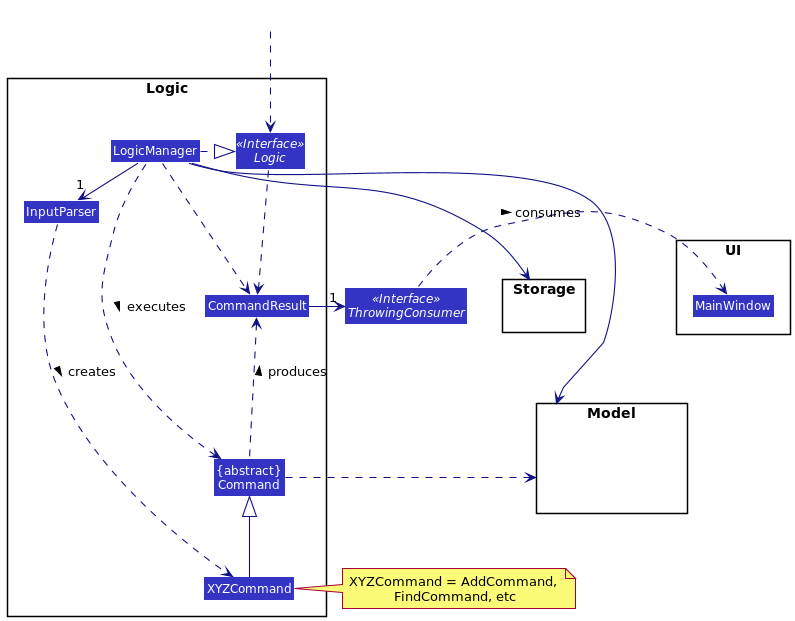
Earlier version of the PlantUML export docs/images/LogicClassDiagram.png (vigneshsankariyer1234567890/tp). The source it was exported from:
```plantuml
@startuml
!include style.puml
skinparam arrowThickness 1.1
skinparam arrowColor LOGIC_COLOR_T4
skinparam classBackgroundColor LOGIC_COLOR

package Logic {

Class InputParser
Class XYZCommand
Class CommandResult
Class "{abstract}\nCommand" as Command

Interface Logic <<Interface>>
Class LogicManager
}

Interface ThrowingConsumer<<Interface>>

package UI {
Class MainWindow
}

package Model{
Class HiddenModel #FFFFFF
}

package Storage{
}

Class HiddenOutside #FFFFFF
HiddenOutside ..> Logic

LogicManager .right.|> Logic
LogicManager -right->"1" InputParser
InputParser ..> XYZCommand : creates >

XYZCommand -up-|> Command
LogicManager .left.> Command : executes >

LogicManager --> Model
LogicManager --> Storage
Storage --[hidden] Model
Command .[hidden]up.> Storage
Command .right.> Model
note right of XYZCommand: XYZCommand = AddCommand, \nFindCommand, etc

Logic ..> CommandResult
LogicManager .down.> CommandResult
CommandResult -right->"1" ThrowingConsumer
ThrowingConsumer .right.> MainWindow : consumes >
Command .up.> CommandResult : produces >
@enduml
```
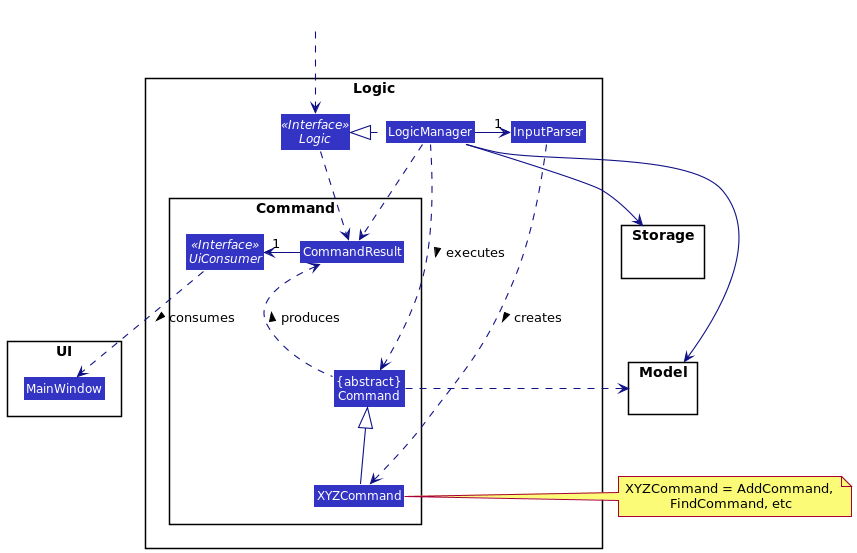
The same file after the commit.

What changed in the source:
```diff
@@ -7,22 +7,23 @@
 package Logic {
 
 Class InputParser
-Class XYZCommand
-Class CommandResult
-Class "{abstract}\nCommand" as Command
 
 Interface Logic <<Interface>>
 Class LogicManager
+    package Command {
+    Class XYZCommand
+    Class CommandResult
+    Class "{abstract}\nCommand" as Command
+    Interface UiConsumer<<Interface>>
+    }
 }
 
-Interface ThrowingConsumer<<Interface>>
 
 package UI {
 Class MainWindow
 }
 
 package Model{
-Class HiddenModel #FFFFFF
 }
 
 package Storage{
@@ -31,7 +32,7 @@
 Class HiddenOutside #FFFFFF
 HiddenOutside ..> Logic
 
-LogicManager .right.|> Logic
+LogicManager .left.|> Logic
 LogicManager -right->"1" InputParser
 InputParser ..> XYZCommand : creates >
 
@@ -47,7 +48,7 @@
 
 Logic ..> CommandResult
 LogicManager .down.> CommandResult
-CommandResult -right->"1" ThrowingConsumer
-ThrowingConsumer .right.> MainWindow : consumes >
+CommandResult -left->"1" UiConsumer
+UiConsumer .down.> MainWindow : consumes >
 Command .up.> CommandResult : produces >
 @enduml
```
